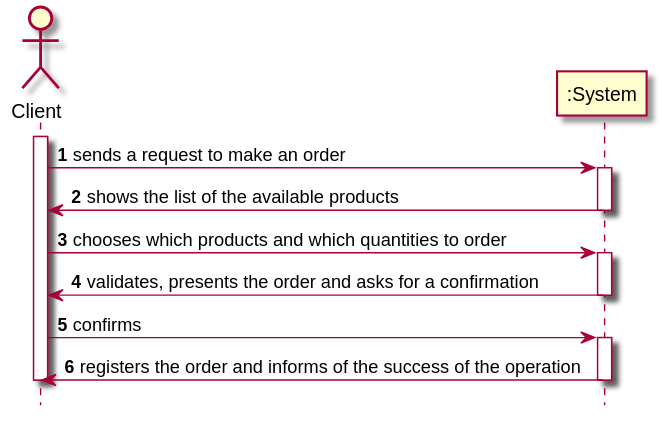
Before: docs/Iteration 1/Make An Order/US25_MakeAnOrder/US25_SSD.svg, a diagram exported from PlantUML (tiagoavcosta25/LAPR3). The source it was exported from:
```plantuml
@startuml
autonumber
hide footbox

actor "Client" as ADM
participant ":System" as SYST

activate ADM

ADM -> SYST : sends a request to make an order
activate SYST
SYST -> ADM : shows the list of the available products
deactivate SYST

ADM -> SYST : chooses which products and which quantities to order
activate SYST
SYST -> ADM : validates, presents the order and asks for a confirmation
deactivate SYST

ADM -> SYST : confirms
activate SYST
SYST -> ADM : registers the order and informs of the success of the operation
deactivate SYST

deactivate ADM

@enduml
```
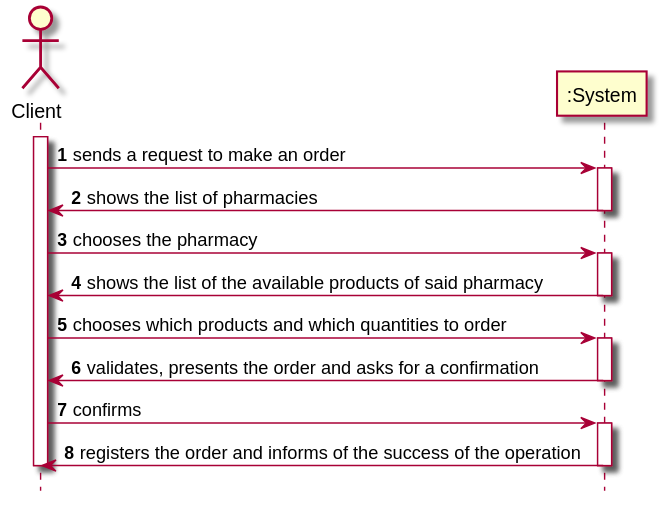
After the change.

Diff of the diagram source:
```diff
@@ -2,26 +2,31 @@
 autonumber
 hide footbox
 
-actor "Client" as ADM
+actor "Client" as CL
 participant ":System" as SYST
 
-activate ADM
+activate CL
 
-ADM -> SYST : sends a request to make an order
+CL -> SYST : sends a request to make an order
 activate SYST
-SYST -> ADM : shows the list of the available products
+SYST -> CL : shows the list of pharmacies
 deactivate SYST
 
-ADM -> SYST : chooses which products and which quantities to order
+CL -> SYST : chooses the pharmacy
 activate SYST
-SYST -> ADM : validates, presents the order and asks for a confirmation
+SYST -> CL : shows the list of the available products of said pharmacy
 deactivate SYST
 
-ADM -> SYST : confirms
+CL -> SYST : chooses which products and which quantities to order
 activate SYST
-SYST -> ADM : registers the order and informs of the success of the operation
+SYST -> CL : validates, presents the order and asks for a confirmation
 deactivate SYST
 
-deactivate ADM
+CL -> SYST : confirms
+activate SYST
+SYST -> CL : registers the order and informs of the success of the operation
+deactivate SYST
+
+deactivate CL
 
 @enduml
```
